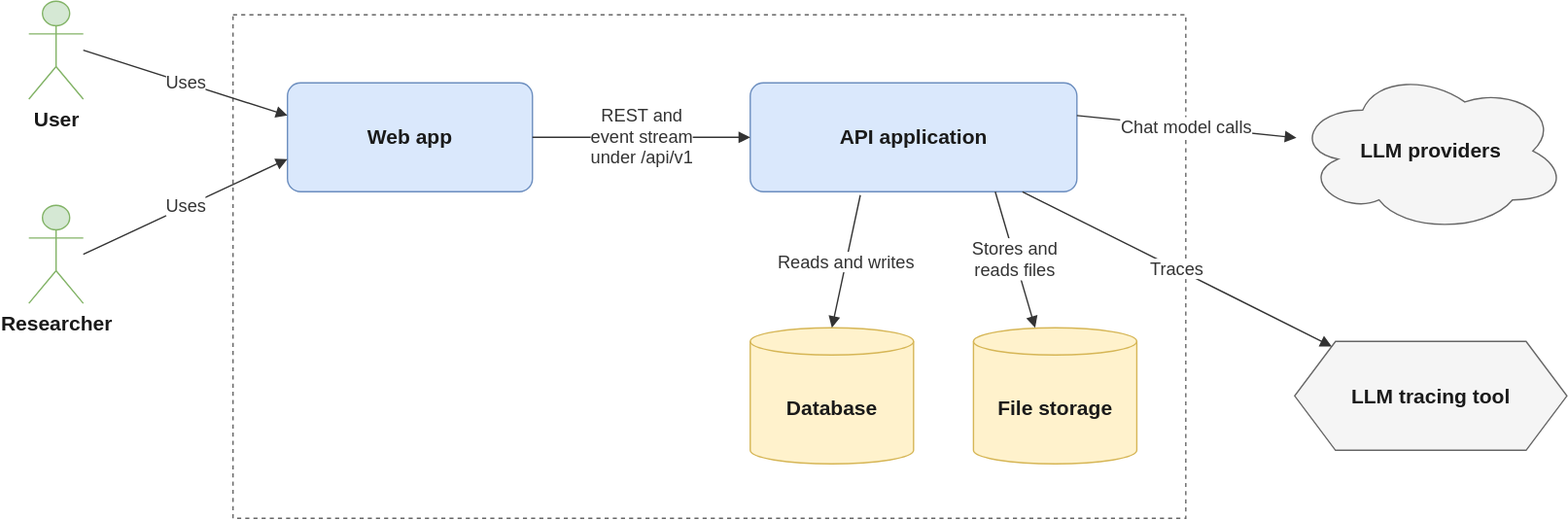
Before: docs/architecture/diagrams/building-blocks.drawio.svg, a diagram exported from draw.io (nhinguyen140809/khoai-lang-graph). Source tidied: cells renumbered, new cells last; positions are measured from the earlier drawing's top-left corner, leaving out a move shared by most shapes.
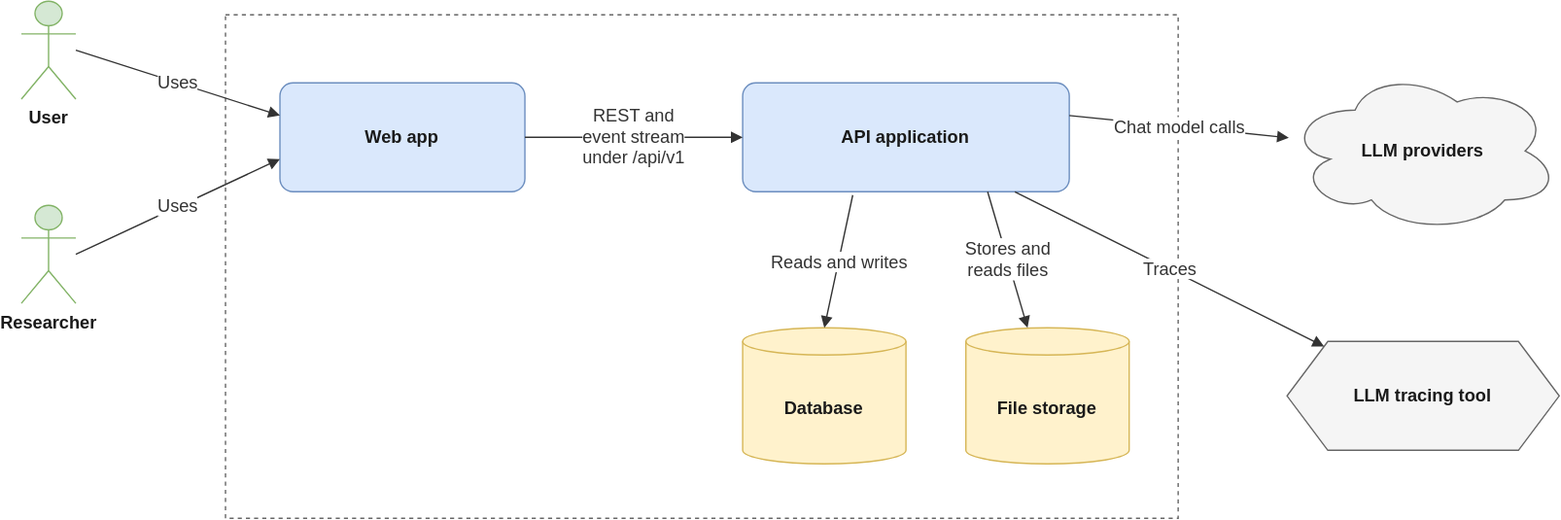
The same diagram one commit later.

The edit, as a diff of the source:
```diff
@@ -5,28 +5,28 @@
     <mxCell id="2" style="rounded=0;whiteSpace=wrap;html=1;dashed=1;fillColor=none;strokeColor=#666666;verticalAlign=top;align=left;spacingLeft=8;spacingTop=2;fontStyle=1;fontSize=13;fontColor=#333333;" parent="1" vertex="1">
       <mxGeometry x="150" y="10" width="700" height="370" as="geometry" />
     </mxCell>
-    <mxCell id="3" value="&lt;span style=&quot;font-size: 15px;&quot;&gt;&lt;b&gt;Web app&lt;/b&gt;&lt;/span&gt;" style="rounded=1;arcSize=12;whiteSpace=wrap;html=1;fillColor=#dae8fc;strokeColor=#6c8ebf;fontColor=#1a1a1a;fontSize=13;" parent="2" vertex="1">
+    <mxCell id="3" value="&lt;span style=&quot;font-size:13px;&quot;&gt;&lt;b&gt;Web app&lt;/b&gt;&lt;/span&gt;" style="rounded=1;arcSize=12;whiteSpace=wrap;html=1;fillColor=#dae8fc;strokeColor=#6c8ebf;fontColor=#1a1a1a;fontSize=13;" parent="2" vertex="1">
       <mxGeometry x="40" y="50" width="180" height="80" as="geometry" />
     </mxCell>
-    <mxCell id="4" value="&lt;span style=&quot;font-size: 15px;&quot;&gt;&lt;b&gt;API application&lt;/b&gt;&lt;/span&gt;" style="rounded=1;arcSize=12;whiteSpace=wrap;html=1;fillColor=#dae8fc;strokeColor=#6c8ebf;fontColor=#1a1a1a;fontSize=13;" parent="2" vertex="1">
+    <mxCell id="4" value="&lt;span style=&quot;font-size: 13px;&quot;&gt;&lt;b&gt;API application&lt;/b&gt;&lt;/span&gt;" style="rounded=1;arcSize=12;whiteSpace=wrap;html=1;fillColor=#dae8fc;strokeColor=#6c8ebf;fontColor=#1a1a1a;fontSize=13;" parent="2" vertex="1">
       <mxGeometry x="380" y="50" width="240" height="80" as="geometry" />
     </mxCell>
-    <mxCell id="5" value="&lt;span style=&quot;font-size: 15px;&quot;&gt;&lt;b&gt;Database&lt;/b&gt;&lt;/span&gt;" style="shape=cylinder3;boundedLbl=1;size=10;whiteSpace=wrap;html=1;fillColor=#fff2cc;strokeColor=#d6b656;fontColor=#1a1a1a;fontSize=13;" parent="2" vertex="1">
+    <mxCell id="5" value="&lt;span style=&quot;font-size:13px;&quot;&gt;&lt;b&gt;Database&lt;/b&gt;&lt;/span&gt;" style="shape=cylinder3;boundedLbl=1;size=10;whiteSpace=wrap;html=1;fillColor=#fff2cc;strokeColor=#d6b656;fontColor=#1a1a1a;fontSize=13;" parent="2" vertex="1">
       <mxGeometry x="380" y="230" width="120" height="100" as="geometry" />
     </mxCell>
-    <mxCell id="6" value="&lt;span style=&quot;font-size: 15px;&quot;&gt;&lt;b&gt;File storage&lt;/b&gt;&lt;/span&gt;" style="shape=cylinder3;boundedLbl=1;size=10;whiteSpace=wrap;html=1;fillColor=#fff2cc;strokeColor=#d6b656;fontColor=#1a1a1a;fontSize=13;" parent="2" vertex="1">
+    <mxCell id="6" value="&lt;span style=&quot;font-size:13px;&quot;&gt;&lt;b&gt;File storage&lt;/b&gt;&lt;/span&gt;" style="shape=cylinder3;boundedLbl=1;size=10;whiteSpace=wrap;html=1;fillColor=#fff2cc;strokeColor=#d6b656;fontColor=#1a1a1a;fontSize=13;" parent="2" vertex="1">
       <mxGeometry x="544" y="230" width="120" height="100" as="geometry" />
     </mxCell>
-    <mxCell id="7" value="&lt;span style=&quot;font-size: 15px;&quot;&gt;&lt;b&gt;User&lt;/b&gt;&lt;/span&gt;" style="shape=umlActor;verticalLabelPosition=bottom;verticalAlign=top;labelPosition=center;align=center;outlineConnect=0;html=1;fillColor=#d5e8d4;strokeColor=#82b366;fontColor=#1a1a1a;fontSize=13;" parent="1" vertex="1">
+    <mxCell id="7" value="&lt;span style=&quot;font-size:13px;&quot;&gt;&lt;b&gt;User&lt;/b&gt;&lt;/span&gt;" style="shape=umlActor;verticalLabelPosition=bottom;verticalAlign=top;labelPosition=center;align=center;outlineConnect=0;html=1;fillColor=#d5e8d4;strokeColor=#82b366;fontColor=#1a1a1a;fontSize=13;" parent="1" vertex="1">
       <mxGeometry width="40" height="72" as="geometry" />
     </mxCell>
-    <mxCell id="8" value="&lt;span style=&quot;font-size: 15px;&quot;&gt;&lt;b&gt;Researcher&lt;/b&gt;&lt;/span&gt;" style="shape=umlActor;verticalLabelPosition=bottom;verticalAlign=top;labelPosition=center;align=center;outlineConnect=0;html=1;fillColor=#d5e8d4;strokeColor=#82b366;fontColor=#1a1a1a;fontSize=13;" parent="1" vertex="1">
+    <mxCell id="8" value="&lt;span style=&quot;font-size:13px;&quot;&gt;&lt;b&gt;Researcher&lt;/b&gt;&lt;/span&gt;" style="shape=umlActor;verticalLabelPosition=bottom;verticalAlign=top;labelPosition=center;align=center;outlineConnect=0;html=1;fillColor=#d5e8d4;strokeColor=#82b366;fontColor=#1a1a1a;fontSize=13;" parent="1" vertex="1">
       <mxGeometry y="150" width="40" height="72" as="geometry" />
     </mxCell>
-    <mxCell id="9" value="&lt;span style=&quot;font-size: 15px;&quot;&gt;&lt;b&gt;LLM providers&lt;/b&gt;&lt;/span&gt;" style="ellipse;shape=cloud;whiteSpace=wrap;html=1;fillColor=#f5f5f5;strokeColor=#666666;fontColor=#1a1a1a;fontSize=13;" parent="1" vertex="1">
+    <mxCell id="9" value="&lt;span style=&quot;font-size:13px;&quot;&gt;&lt;b&gt;LLM providers&lt;/b&gt;&lt;/span&gt;" style="ellipse;shape=cloud;whiteSpace=wrap;html=1;fillColor=#f5f5f5;strokeColor=#666666;fontColor=#1a1a1a;fontSize=13;" parent="1" vertex="1">
       <mxGeometry x="930" y="50" width="200" height="120" as="geometry" />
     </mxCell>
-    <mxCell id="10" value="&lt;span style=&quot;font-size: 15px;&quot;&gt;&lt;b&gt;LLM tracing tool&lt;/b&gt;&lt;/span&gt;" style="shape=hexagon;perimeter=hexagonPerimeter2;size=0.15;whiteSpace=wrap;html=1;fillColor=#f5f5f5;strokeColor=#666666;fontColor=#1a1a1a;fontSize=13;" parent="1" vertex="1">
+    <mxCell id="10" value="&lt;span style=&quot;font-size:13px;&quot;&gt;&lt;b&gt;LLM tracing tool&lt;/b&gt;&lt;/span&gt;" style="shape=hexagon;perimeter=hexagonPerimeter2;size=0.15;whiteSpace=wrap;html=1;fillColor=#f5f5f5;strokeColor=#666666;fontColor=#1a1a1a;fontSize=13;" parent="1" vertex="1">
       <mxGeometry x="930" y="250" width="200" height="80" as="geometry" />
     </mxCell>
     <mxCell id="11" value="Uses" style="edgeStyle=none;rounded=0;html=1;endArrow=block;endFill=1;strokeColor=#333333;fontSize=13;fontColor=#333333;labelBackgroundColor=#ffffff;exitX=1;exitY=0.5;exitDx=0;exitDy=0;entryX=0;entryY=0.3;entryDx=0;entryDy=0;" parent="1" edge="1" source="7" target="3">
```
